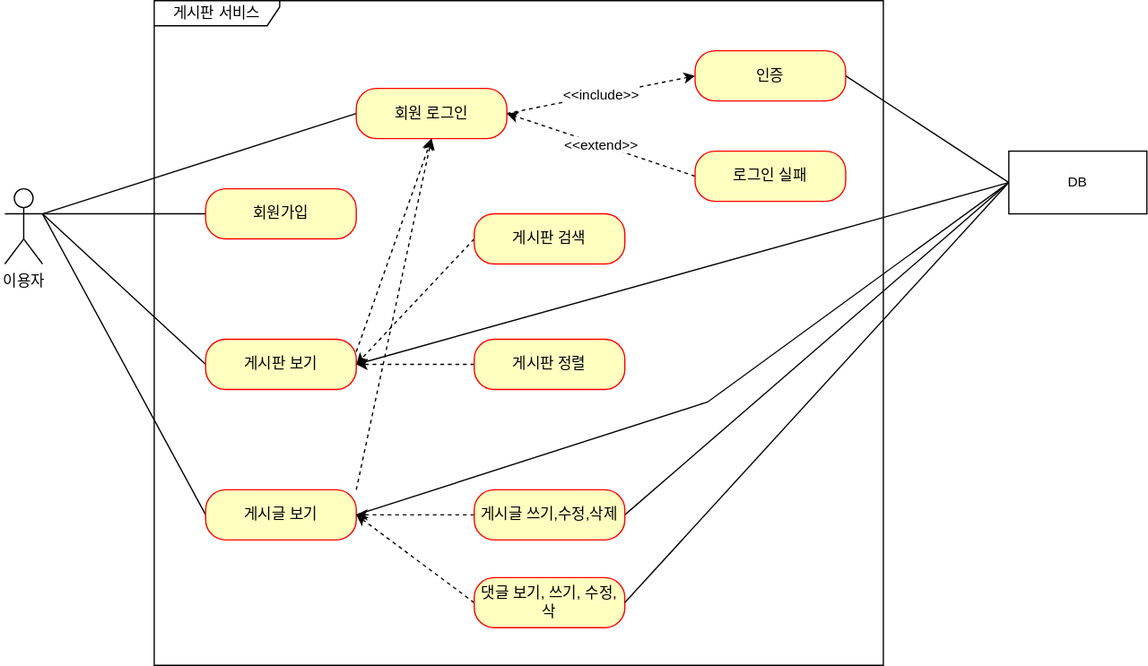
jerry3269/board keeps this draw.io diagram as document/use-case.svg. Above is the earlier version. Source tidied: cells renumbered, new cells last; positions are measured from the earlier drawing's top-left corner, leaving out a move shared by most shapes.
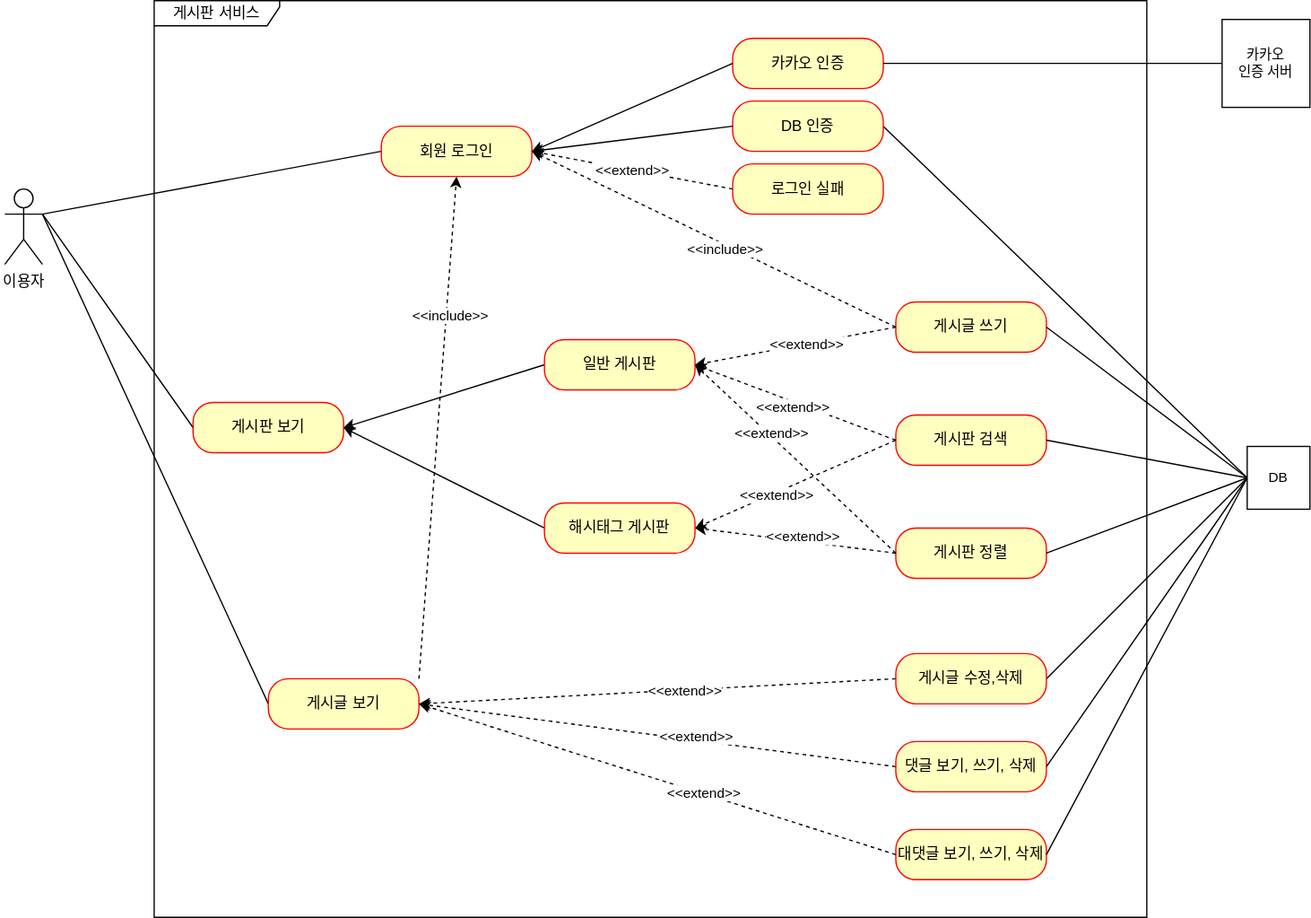
The same file after the commit.

Commit message:
use-case.svg 업데이트 : 리팩토링

The edit, as a diff of the source:
```diff
@@ -9,92 +9,168 @@
       <mxGeometry y="150" width="30" height="60" as="geometry" />
     </mxCell>
     <mxCell id="4" value="게시판 서비스" style="shape=umlFrame;whiteSpace=wrap;html=1;width=100;height=20;" parent="1" vertex="1">
-      <mxGeometry x="119" width="581" height="530" as="geometry" />
+      <mxGeometry x="119" width="791" height="730" as="geometry" />
     </mxCell>
-    <mxCell id="5" style="edgeStyle=orthogonalEdgeStyle;rounded=0;jettySize=auto;html=1;exitX=0;exitY=0.5;exitDx=0;exitDy=0;entryX=1;entryY=0.3333333333333333;entryDx=0;entryDy=0;entryPerimeter=0;endArrow=none;endFill=0;" parent="1" edge="1" source="6" target="3">
-      <mxGeometry relative="1" as="geometry" />
-    </mxCell>
-    <mxCell id="6" value="회원가입" style="rounded=1;whiteSpace=wrap;html=1;arcSize=40;fontColor=#000000;fillColor=#ffffc0;strokeColor=#ff0000;" parent="1" vertex="1">
-      <mxGeometry x="160" y="150" width="120" height="40" as="geometry" />
-    </mxCell>
     <mxCell id="7" style="edgeStyle=none;shape=connector;rounded=0;jettySize=auto;html=1;exitX=0;exitY=0.5;exitDx=0;exitDy=0;labelBackgroundColor=default;strokeColor=default;fontFamily=Helvetica;fontSize=11;fontColor=default;endArrow=none;endFill=0;entryX=1;entryY=0.3333333333333333;entryDx=0;entryDy=0;entryPerimeter=0;" parent="1" edge="1" source="10" target="3">
       <mxGeometry relative="1" as="geometry" />
     </mxCell>
-    <mxCell id="8" style="edgeStyle=none;shape=connector;rounded=0;jettySize=auto;html=1;exitX=1;exitY=0.25;exitDx=0;exitDy=0;entryX=0.5;entryY=1;entryDx=0;entryDy=0;dashed=1;labelBackgroundColor=default;strokeColor=default;fontFamily=Helvetica;fontSize=11;fontColor=default;endArrow=classic;endFill=1;" parent="1" edge="1" source="10" target="15">
-      <mxGeometry relative="1" as="geometry" />
-    </mxCell>
-    <mxCell id="9" style="edgeStyle=none;shape=connector;rounded=0;jettySize=auto;html=1;exitX=1;exitY=0.5;exitDx=0;exitDy=0;entryX=0;entryY=0.5;entryDx=0;entryDy=0;labelBackgroundColor=default;strokeColor=default;fontFamily=Helvetica;fontSize=11;fontColor=default;endArrow=none;endFill=0;" parent="1" edge="1" source="10" target="31">
-      <mxGeometry relative="1" as="geometry" />
-    </mxCell>
     <mxCell id="10" value="게시판 보기" style="rounded=1;whiteSpace=wrap;html=1;arcSize=40;fontColor=#000000;fillColor=#ffffc0;strokeColor=#ff0000;" parent="1" vertex="1">
-      <mxGeometry x="160" y="270" width="120" height="40" as="geometry" />
+      <mxGeometry x="150" y="320" width="120" height="40" as="geometry" />
     </mxCell>
     <mxCell id="11" style="edgeStyle=none;shape=connector;rounded=0;jettySize=auto;html=1;exitX=1;exitY=0;exitDx=0;exitDy=0;entryX=0.5;entryY=1;entryDx=0;entryDy=0;dashed=1;labelBackgroundColor=default;strokeColor=default;fontFamily=Helvetica;fontSize=11;fontColor=default;endArrow=classic;endFill=1;" parent="1" edge="1" source="12" target="15">
       <mxGeometry relative="1" as="geometry" />
     </mxCell>
+    <mxCell id="32" value="&amp;lt;&amp;lt;include&amp;gt;&amp;gt;" style="edgeLabel;html=1;align=center;verticalAlign=middle;" parent="11" vertex="1">
+      <mxGeometry x="0.45" y="-3" relative="1" as="geometry" />
+    </mxCell>
     <mxCell id="12" value="게시글 보기" style="rounded=1;whiteSpace=wrap;html=1;arcSize=40;fontColor=#000000;fillColor=#ffffc0;strokeColor=#ff0000;" parent="1" vertex="1">
-      <mxGeometry x="160" y="390" width="120" height="40" as="geometry" />
+      <mxGeometry x="210" y="540" width="120" height="40" as="geometry" />
     </mxCell>
     <mxCell id="13" style="rounded=0;jettySize=auto;html=1;exitX=0;exitY=0.5;exitDx=0;exitDy=0;entryX=1;entryY=0.3333333333333333;entryDx=0;entryDy=0;entryPerimeter=0;strokeColor=default;endArrow=none;endFill=0;" parent="1" edge="1" source="15" target="3">
       <mxGeometry relative="1" as="geometry" />
     </mxCell>
-    <mxCell id="14" value="&amp;lt;&amp;lt;include&amp;gt;&amp;gt;" style="edgeStyle=none;shape=connector;rounded=0;jettySize=auto;html=1;exitX=1;exitY=0.5;exitDx=0;exitDy=0;entryX=0;entryY=0.5;entryDx=0;entryDy=0;labelBackgroundColor=default;strokeColor=default;fontFamily=Helvetica;fontSize=11;fontColor=default;endArrow=classic;endFill=1;dashed=1;" parent="1" edge="1" source="15" target="17">
-      <mxGeometry relative="1" as="geometry" />
-    </mxCell>
     <mxCell id="15" value="회원 로그인" style="rounded=1;whiteSpace=wrap;html=1;arcSize=40;fontColor=#000000;fillColor=#ffffc0;strokeColor=#ff0000;" parent="1" vertex="1">
-      <mxGeometry x="280" y="70" width="120" height="40" as="geometry" />
+      <mxGeometry x="300" y="100" width="120" height="40" as="geometry" />
     </mxCell>
     <mxCell id="16" style="edgeStyle=none;shape=connector;rounded=0;jettySize=auto;html=1;exitX=1;exitY=0.5;exitDx=0;exitDy=0;entryX=0;entryY=0.5;entryDx=0;entryDy=0;labelBackgroundColor=default;strokeColor=default;fontFamily=Helvetica;fontSize=11;fontColor=default;endArrow=none;endFill=0;" parent="1" edge="1" source="17" target="31">
       <mxGeometry relative="1" as="geometry" />
     </mxCell>
-    <mxCell id="17" value="인증" style="rounded=1;whiteSpace=wrap;html=1;arcSize=40;fontColor=#000000;fillColor=#ffffc0;strokeColor=#ff0000;" parent="1" vertex="1">
-      <mxGeometry x="550" y="40" width="120" height="40" as="geometry" />
+    <mxCell id="17" value="DB 인증" style="rounded=1;whiteSpace=wrap;html=1;arcSize=40;fontColor=#000000;fillColor=#ffffc0;strokeColor=#ff0000;" parent="1" vertex="1">
+      <mxGeometry x="580" y="80" width="120" height="40" as="geometry" />
     </mxCell>
     <mxCell id="18" value="&amp;lt;&amp;lt;extend&amp;gt;&amp;gt;" style="edgeStyle=none;shape=connector;rounded=0;jettySize=auto;html=1;exitX=0;exitY=0.5;exitDx=0;exitDy=0;entryX=1;entryY=0.5;entryDx=0;entryDy=0;labelBackgroundColor=default;strokeColor=default;fontFamily=Helvetica;fontSize=11;fontColor=default;endArrow=classic;endFill=1;dashed=1;" parent="1" edge="1" source="19" target="15">
       <mxGeometry relative="1" as="geometry" />
     </mxCell>
     <mxCell id="19" value="로그인 실패" style="rounded=1;whiteSpace=wrap;html=1;arcSize=40;fontColor=#000000;fillColor=#ffffc0;strokeColor=#ff0000;" parent="1" vertex="1">
-      <mxGeometry x="550" y="120" width="120" height="40" as="geometry" />
+      <mxGeometry x="580" y="130" width="120" height="40" as="geometry" />
     </mxCell>
-    <mxCell id="20" style="edgeStyle=none;shape=connector;rounded=0;jettySize=auto;html=1;exitX=0;exitY=0.5;exitDx=0;exitDy=0;entryX=1;entryY=0.5;entryDx=0;entryDy=0;dashed=1;labelBackgroundColor=default;strokeColor=default;fontFamily=Helvetica;fontSize=11;fontColor=default;endArrow=classic;endFill=1;" parent="1" edge="1" source="21" target="10">
+    <mxCell id="20" style="edgeStyle=none;shape=connector;rounded=0;jettySize=auto;html=1;exitX=0;exitY=0.5;exitDx=0;exitDy=0;entryX=1;entryY=0.5;entryDx=0;entryDy=0;dashed=1;labelBackgroundColor=default;strokeColor=default;fontFamily=Helvetica;fontSize=11;fontColor=default;endArrow=classic;endFill=1;" parent="1" edge="1" source="21" target="40">
       <mxGeometry relative="1" as="geometry" />
     </mxCell>
+    <mxCell id="33" value="&amp;lt;&amp;lt;extend&amp;gt;&amp;gt;" style="edgeLabel;html=1;align=center;verticalAlign=middle;" parent="20" vertex="1">
+      <mxGeometry x="0.2" y="2" relative="1" as="geometry" />
+    </mxCell>
     <mxCell id="21" value="게시판 검색" style="rounded=1;whiteSpace=wrap;html=1;arcSize=40;fontColor=#000000;fillColor=#ffffc0;strokeColor=#ff0000;" parent="1" vertex="1">
-      <mxGeometry x="374" y="170" width="120" height="40" as="geometry" />
+      <mxGeometry x="710" y="330" width="120" height="40" as="geometry" />
     </mxCell>
-    <mxCell id="22" style="edgeStyle=none;shape=connector;rounded=0;jettySize=auto;html=1;exitX=0;exitY=0.5;exitDx=0;exitDy=0;entryX=1;entryY=0.5;entryDx=0;entryDy=0;dashed=1;labelBackgroundColor=default;strokeColor=default;fontFamily=Helvetica;fontSize=11;fontColor=default;endArrow=classic;endFill=1;" parent="1" edge="1" source="23" target="10">
+    <mxCell id="22" style="edgeStyle=none;shape=connector;rounded=0;jettySize=auto;html=1;exitX=0;exitY=0.5;exitDx=0;exitDy=0;entryX=1;entryY=0.5;entryDx=0;entryDy=0;dashed=1;labelBackgroundColor=default;strokeColor=default;fontFamily=Helvetica;fontSize=11;fontColor=default;endArrow=classic;endFill=1;" parent="1" edge="1" source="23" target="40">
       <mxGeometry relative="1" as="geometry" />
     </mxCell>
+    <mxCell id="34" value="&amp;lt;&amp;lt;extend&amp;gt;&amp;gt;" style="edgeLabel;html=1;align=center;verticalAlign=middle;" parent="22" vertex="1">
+      <mxGeometry x="-0.05" y="-4" relative="1" as="geometry" />
+    </mxCell>
     <mxCell id="23" value="게시판 정렬" style="rounded=1;whiteSpace=wrap;html=1;arcSize=40;fontColor=#000000;fillColor=#ffffc0;strokeColor=#ff0000;" parent="1" vertex="1">
-      <mxGeometry x="374" y="270" width="120" height="40" as="geometry" />
+      <mxGeometry x="710" y="420" width="120" height="40" as="geometry" />
     </mxCell>
     <mxCell id="24" style="edgeStyle=none;shape=connector;rounded=0;jettySize=auto;html=1;exitX=0;exitY=0.5;exitDx=0;exitDy=0;entryX=1;entryY=0.5;entryDx=0;entryDy=0;dashed=1;labelBackgroundColor=default;strokeColor=default;fontFamily=Helvetica;fontSize=11;fontColor=default;endArrow=classic;endFill=1;" parent="1" edge="1" source="26" target="12">
       <mxGeometry relative="1" as="geometry" />
     </mxCell>
+    <mxCell id="35" value="&amp;lt;&amp;lt;extend&amp;gt;&amp;gt;" style="edgeLabel;html=1;align=center;verticalAlign=middle;" parent="24" vertex="1">
+      <mxGeometry x="-0.11" y="1" relative="1" as="geometry" />
+    </mxCell>
     <mxCell id="25" style="edgeStyle=none;shape=connector;rounded=0;jettySize=auto;html=1;exitX=1;exitY=0.5;exitDx=0;exitDy=0;entryX=0;entryY=0.5;entryDx=0;entryDy=0;labelBackgroundColor=default;strokeColor=default;fontFamily=Helvetica;fontSize=11;fontColor=default;endArrow=none;endFill=0;" parent="1" edge="1" source="26" target="31">
       <mxGeometry relative="1" as="geometry" />
     </mxCell>
-    <mxCell id="26" value="게시글 쓰기,수정,삭제" style="rounded=1;whiteSpace=wrap;html=1;arcSize=40;fontColor=#000000;fillColor=#ffffc0;strokeColor=#ff0000;" parent="1" vertex="1">
-      <mxGeometry x="374" y="390" width="120" height="40" as="geometry" />
+    <mxCell id="26" value="게시글 수정,삭제" style="rounded=1;whiteSpace=wrap;html=1;arcSize=40;fontColor=#000000;fillColor=#ffffc0;strokeColor=#ff0000;" parent="1" vertex="1">
+      <mxGeometry x="710" y="520" width="120" height="40" as="geometry" />
     </mxCell>
     <mxCell id="27" style="edgeStyle=none;shape=connector;rounded=0;jettySize=auto;html=1;exitX=0;exitY=0.5;exitDx=0;exitDy=0;entryX=1;entryY=0.5;entryDx=0;entryDy=0;dashed=1;labelBackgroundColor=default;strokeColor=default;fontFamily=Helvetica;fontSize=11;fontColor=default;endArrow=classic;endFill=1;" parent="1" edge="1" source="28" target="12">
       <mxGeometry relative="1" as="geometry" />
     </mxCell>
+    <mxCell id="36" value="&amp;lt;&amp;lt;extend&amp;gt;&amp;gt;" style="edgeLabel;html=1;align=center;verticalAlign=middle;" parent="27" vertex="1">
+      <mxGeometry x="-0.16" y="-4" relative="1" as="geometry" />
+    </mxCell>
-    <mxCell id="28" value="댓글 보기, 쓰기, 수정, 삭" style="rounded=1;whiteSpace=wrap;html=1;arcSize=40;fontColor=#000000;fillColor=#ffffc0;strokeColor=#ff0000;" parent="1" vertex="1">
-      <mxGeometry x="374" y="460" width="120" height="40" as="geometry" />
+    <mxCell id="28" value="댓글 보기, 쓰기, 삭제" style="rounded=1;whiteSpace=wrap;html=1;arcSize=40;fontColor=#000000;fillColor=#ffffc0;strokeColor=#ff0000;" parent="1" vertex="1">
+      <mxGeometry x="710" y="590" width="120" height="40" as="geometry" />
     </mxCell>
-    <mxCell id="29" style="edgeStyle=none;shape=connector;rounded=0;jettySize=auto;html=1;exitX=0;exitY=0.5;exitDx=0;exitDy=0;entryX=1;entryY=0.5;entryDx=0;entryDy=0;labelBackgroundColor=default;strokeColor=default;fontFamily=Helvetica;fontSize=11;fontColor=default;endArrow=none;endFill=0;" parent="1" edge="1" source="31" target="12">
-      <mxGeometry relative="1" as="geometry">
-        <Array as="points">
-          <mxPoint x="560" y="320" />
-        </Array>
-      </mxGeometry>
-    </mxCell>
     <mxCell id="30" style="edgeStyle=none;shape=connector;rounded=0;jettySize=auto;html=1;exitX=0;exitY=0.5;exitDx=0;exitDy=0;entryX=1;entryY=0.5;entryDx=0;entryDy=0;labelBackgroundColor=default;strokeColor=default;fontFamily=Helvetica;fontSize=11;fontColor=default;endArrow=none;endFill=0;" parent="1" edge="1" source="31" target="28">
       <mxGeometry relative="1" as="geometry" />
     </mxCell>
     <mxCell id="31" value="DB" style="html=1;whiteSpace=wrap;fontFamily=Helvetica;fontSize=11;fontColor=default;" parent="1" vertex="1">
-      <mxGeometry x="800" y="120" width="110" height="50" as="geometry" />
+      <mxGeometry x="990" y="355" width="50" height="50" as="geometry" />
     </mxCell>
+    <mxCell id="37" style="rounded=0;jettySize=auto;html=1;exitX=0;exitY=0.5;exitDx=0;exitDy=0;entryX=1;entryY=0.5;entryDx=0;entryDy=0;" parent="1" edge="1" source="38" target="10">
+      <mxGeometry relative="1" as="geometry" />
+    </mxCell>
+    <mxCell id="38" value="일반 게시판" style="rounded=1;whiteSpace=wrap;html=1;arcSize=40;fontColor=#000000;fillColor=#ffffc0;strokeColor=#ff0000;" parent="1" vertex="1">
+      <mxGeometry x="430" y="270" width="120" height="40" as="geometry" />
+    </mxCell>
+    <mxCell id="39" style="rounded=0;jettySize=auto;html=1;exitX=0;exitY=0.5;exitDx=0;exitDy=0;entryX=1;entryY=0.5;entryDx=0;entryDy=0;" parent="1" edge="1" source="40" target="10">
+      <mxGeometry relative="1" as="geometry" />
+    </mxCell>
+    <mxCell id="40" value="해시태그 게시판" style="rounded=1;whiteSpace=wrap;html=1;arcSize=40;fontColor=#000000;fillColor=#ffffc0;strokeColor=#ff0000;" parent="1" vertex="1">
+      <mxGeometry x="430" y="400" width="120" height="40" as="geometry" />
+    </mxCell>
+    <mxCell id="41" value="게시글 쓰기" style="rounded=1;whiteSpace=wrap;html=1;arcSize=40;fontColor=#000000;fillColor=#ffffc0;strokeColor=#ff0000;" parent="1" vertex="1">
+      <mxGeometry x="710" y="240" width="120" height="40" as="geometry" />
+    </mxCell>
+    <mxCell id="42" style="edgeStyle=none;shape=connector;rounded=0;jettySize=auto;html=1;exitX=0;exitY=0.5;exitDx=0;exitDy=0;entryX=1;entryY=0.5;entryDx=0;entryDy=0;dashed=1;labelBackgroundColor=default;strokeColor=default;fontFamily=Helvetica;fontSize=11;fontColor=default;endArrow=classic;endFill=1;" parent="1" edge="1" source="41" target="38">
+      <mxGeometry relative="1" as="geometry" />
+    </mxCell>
+    <mxCell id="43" value="&amp;lt;&amp;lt;extend&amp;gt;&amp;gt;" style="edgeLabel;html=1;align=center;verticalAlign=middle;" parent="42" vertex="1">
+      <mxGeometry x="-0.1" relative="1" as="geometry">
+        <mxPoint x="1" as="offset" />
+      </mxGeometry>
+    </mxCell>
+    <mxCell id="44" style="edgeStyle=none;shape=connector;rounded=0;jettySize=auto;html=1;exitX=0;exitY=0.5;exitDx=0;exitDy=0;entryX=1;entryY=0.5;entryDx=0;entryDy=0;dashed=1;labelBackgroundColor=default;strokeColor=default;fontFamily=Helvetica;fontSize=11;fontColor=default;endArrow=classic;endFill=1;" parent="1" edge="1" source="21" target="38">
+      <mxGeometry relative="1" as="geometry" />
+    </mxCell>
+    <mxCell id="45" value="&amp;lt;&amp;lt;extend&amp;gt;&amp;gt;" style="edgeLabel;html=1;align=center;verticalAlign=middle;" parent="44" vertex="1">
+      <mxGeometry x="0.02" y="4" relative="1" as="geometry" />
+    </mxCell>
+    <mxCell id="46" style="edgeStyle=none;shape=connector;rounded=0;jettySize=auto;html=1;exitX=0;exitY=0.5;exitDx=0;exitDy=0;entryX=1;entryY=0.5;entryDx=0;entryDy=0;dashed=1;labelBackgroundColor=default;strokeColor=default;fontFamily=Helvetica;fontSize=11;fontColor=default;endArrow=classic;endFill=1;" parent="1" edge="1" source="23" target="38">
+      <mxGeometry relative="1" as="geometry" />
+    </mxCell>
+    <mxCell id="47" value="&amp;lt;&amp;lt;extend&amp;gt;&amp;gt;" style="edgeLabel;html=1;align=center;verticalAlign=middle;" parent="46" vertex="1">
+      <mxGeometry x="0.25" y="-1" relative="1" as="geometry">
+        <mxPoint y="-1" as="offset" />
+      </mxGeometry>
+    </mxCell>
+    <mxCell id="48" value="대댓글 보기, 쓰기, 삭제" style="rounded=1;whiteSpace=wrap;html=1;arcSize=40;fontColor=#000000;fillColor=#ffffc0;strokeColor=#ff0000;" parent="1" vertex="1">
+      <mxGeometry x="710" y="660" width="120" height="40" as="geometry" />
+    </mxCell>
+    <mxCell id="49" style="edgeStyle=none;shape=connector;rounded=0;jettySize=auto;html=1;exitX=0;exitY=0.5;exitDx=0;exitDy=0;entryX=1;entryY=0.5;entryDx=0;entryDy=0;dashed=1;labelBackgroundColor=default;strokeColor=default;fontFamily=Helvetica;fontSize=11;fontColor=default;endArrow=classic;endFill=1;" parent="1" edge="1" source="48" target="12">
+      <mxGeometry relative="1" as="geometry" />
+    </mxCell>
+    <mxCell id="50" value="&amp;lt;&amp;lt;extend&amp;gt;&amp;gt;" style="edgeLabel;html=1;align=center;verticalAlign=middle;" parent="49" vertex="1">
+      <mxGeometry x="-0.19" y="-1" relative="1" as="geometry" />
+    </mxCell>
+    <mxCell id="51" style="edgeStyle=none;shape=connector;rounded=0;jettySize=auto;html=1;exitX=0;exitY=0.5;exitDx=0;exitDy=0;entryX=1;entryY=0.5;entryDx=0;entryDy=0;labelBackgroundColor=default;strokeColor=default;fontFamily=Helvetica;fontSize=11;fontColor=default;endArrow=none;endFill=0;" parent="1" edge="1" source="31" target="48">
+      <mxGeometry relative="1" as="geometry" />
+    </mxCell>
+    <mxCell id="52" style="edgeStyle=none;shape=connector;rounded=0;jettySize=auto;html=1;entryX=1;entryY=0.5;entryDx=0;entryDy=0;dashed=1;labelBackgroundColor=default;strokeColor=default;fontFamily=Helvetica;fontSize=11;fontColor=default;endArrow=classic;endFill=1;" parent="1" edge="1" target="15">
+      <mxGeometry relative="1" as="geometry">
+        <mxPoint x="710" y="260" as="sourcePoint" />
+      </mxGeometry>
+    </mxCell>
+    <mxCell id="53" value="&amp;lt;&amp;lt;include&amp;gt;&amp;gt;" style="edgeLabel;html=1;align=center;verticalAlign=middle;" parent="52" vertex="1">
+      <mxGeometry x="-0.07" y="4" relative="1" as="geometry">
+        <mxPoint x="1" as="offset" />
+      </mxGeometry>
+    </mxCell>
+    <mxCell id="54" style="edgeStyle=none;shape=connector;rounded=0;jettySize=auto;html=1;exitX=1;exitY=0.5;exitDx=0;exitDy=0;labelBackgroundColor=default;strokeColor=default;fontFamily=Helvetica;fontSize=11;fontColor=default;endArrow=none;endFill=0;entryX=0;entryY=0.5;entryDx=0;entryDy=0;" parent="1" edge="1" source="41" target="31">
+      <mxGeometry relative="1" as="geometry" />
+    </mxCell>
+    <mxCell id="55" style="edgeStyle=none;shape=connector;rounded=0;jettySize=auto;html=1;exitX=1;exitY=0.5;exitDx=0;exitDy=0;labelBackgroundColor=default;strokeColor=default;fontFamily=Helvetica;fontSize=11;fontColor=default;endArrow=none;endFill=0;entryX=0;entryY=0.5;entryDx=0;entryDy=0;" parent="1" edge="1" source="21" target="31">
+      <mxGeometry relative="1" as="geometry" />
+    </mxCell>
+    <mxCell id="56" style="edgeStyle=none;shape=connector;rounded=0;jettySize=auto;html=1;exitX=1;exitY=0.5;exitDx=0;exitDy=0;labelBackgroundColor=default;strokeColor=default;fontFamily=Helvetica;fontSize=11;fontColor=default;endArrow=none;endFill=0;entryX=0;entryY=0.5;entryDx=0;entryDy=0;" parent="1" edge="1" source="23" target="31">
+      <mxGeometry relative="1" as="geometry" />
+    </mxCell>
+    <mxCell id="57" style="rounded=0;jettySize=auto;html=1;exitX=0;exitY=0.5;exitDx=0;exitDy=0;entryX=1;entryY=0.5;entryDx=0;entryDy=0;" parent="1" edge="1" source="17" target="15">
+      <mxGeometry relative="1" as="geometry" />
+    </mxCell>
+    <mxCell id="58" value="카카오 인증" style="rounded=1;whiteSpace=wrap;html=1;arcSize=40;fontColor=#000000;fillColor=#ffffc0;strokeColor=#ff0000;" parent="1" vertex="1">
+      <mxGeometry x="580" y="30" width="120" height="40" as="geometry" />
+    </mxCell>
+    <mxCell id="59" style="rounded=0;jettySize=auto;html=1;exitX=0;exitY=0.5;exitDx=0;exitDy=0;entryX=1;entryY=0.5;entryDx=0;entryDy=0;" parent="1" edge="1" source="58" target="15">
+      <mxGeometry relative="1" as="geometry" />
+    </mxCell>
+    <mxCell id="60" value="카카오 &lt;br&gt;인증 서버" style="html=1;whiteSpace=wrap;fontFamily=Helvetica;fontSize=11;fontColor=default;" parent="1" vertex="1">
+      <mxGeometry x="970" y="15" width="70" height="70" as="geometry" />
+    </mxCell>
+    <mxCell id="61" style="edgeStyle=none;shape=connector;rounded=0;jettySize=auto;html=1;exitX=1;exitY=0.5;exitDx=0;exitDy=0;entryX=0;entryY=0.5;entryDx=0;entryDy=0;labelBackgroundColor=default;strokeColor=default;fontFamily=Helvetica;fontSize=11;fontColor=default;endArrow=none;endFill=0;" parent="1" edge="1" source="58" target="60">
+      <mxGeometry relative="1" as="geometry" />
+    </mxCell>
   </root>
 </mxGraphModel>
```
